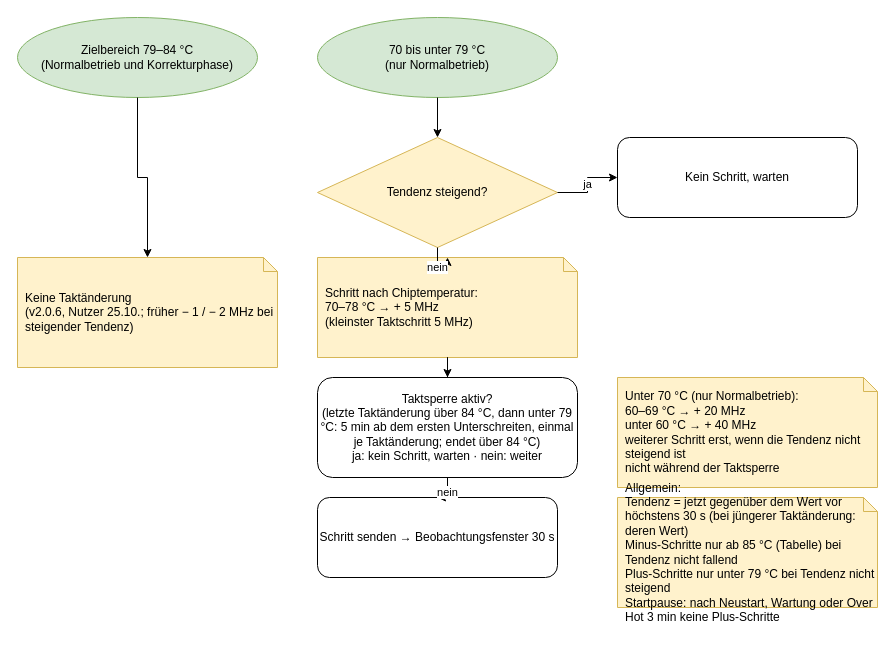
Above: page "3 Feinschritte" (3 of 8) of docs/claude/Regelungslogik-Luefter-Takt.drawio in lieferbaer/miner-sentinel (draw.io), before the change. Source tidied: cells renumbered, new cells numbered last; positions are measured from the earlier drawing's top-left corner, leaving out a move shared by most shapes. Both pictures are drawn from the tidied source at 100%, with x=0, y=0 at pixel (17, 17).
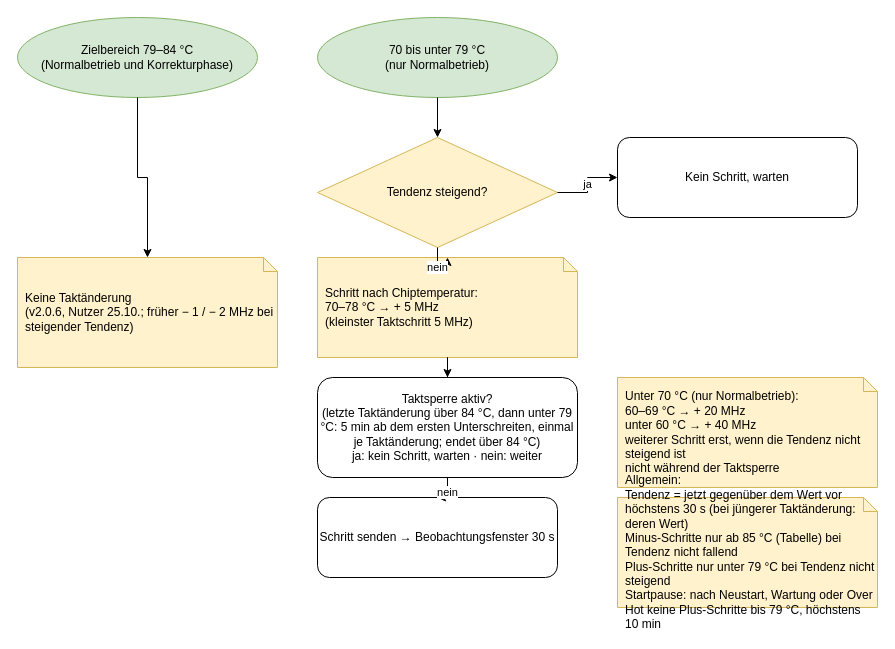
The same diagram, later.

Commit message (it also covers changes not shown here):
v2.0.8: Neustart sauber anzeigen, Startpause bis 79 °C

Diff of the diagram source:
```diff
@@
 <mxGraphModel>
   <root>
     <mxCell id="0" />
     <mxCell id="1" parent="0" />
     <mxCell id="2" value="Zielbereich 79–84 °C&lt;br&gt;(Normalbetrieb und Korrekturphase)" style="ellipse;whiteSpace=wrap;html=1;fillColor=#d5e8d4;strokeColor=#82b366;" parent="1" vertex="1">
       <mxGeometry width="240" height="80" as="geometry" />
     </mxCell>
     <mxCell id="3" value="Keine Taktänderung&lt;br&gt;(v2.0.6, Nutzer 25.10.; früher − 1 / − 2 MHz bei steigender Tendenz)" style="shape=note;whiteSpace=wrap;html=1;size=14;fillColor=#fff2cc;strokeColor=#d6b656;align=left;spacingLeft=6;" parent="1" vertex="1">
       <mxGeometry y="240" width="260" height="110" as="geometry" />
     </mxCell>
     <mxCell id="4" value="70 bis unter 79 °C&lt;br&gt;(nur Normalbetrieb)" style="ellipse;whiteSpace=wrap;html=1;fillColor=#d5e8d4;strokeColor=#82b366;" parent="1" vertex="1">
       <mxGeometry x="300" width="240" height="80" as="geometry" />
     </mxCell>
     <mxCell id="5" value="Tendenz steigend?" style="rhombus;whiteSpace=wrap;html=1;fillColor=#fff2cc;strokeColor=#d6b656;" parent="1" vertex="1">
       <mxGeometry x="300" y="120" width="240" height="110" as="geometry" />
     </mxCell>
     <mxCell id="6" value="Kein Schritt, warten" style="rounded=1;whiteSpace=wrap;html=1;" parent="1" vertex="1">
       <mxGeometry x="600" y="120" width="240" height="80" as="geometry" />
     </mxCell>
     <mxCell id="7" value="Schritt nach Chiptemperatur:&lt;br&gt;70–78 °C → + 5 MHz&lt;br&gt;(kleinster Taktschritt 5 MHz)" style="shape=note;whiteSpace=wrap;html=1;size=14;fillColor=#fff2cc;strokeColor=#d6b656;align=left;spacingLeft=6;" parent="1" vertex="1">
       <mxGeometry x="300" y="240" width="260" height="100" as="geometry" />
     </mxCell>
     <mxCell id="8" value="Taktsperre aktiv?&lt;br&gt;(letzte Taktänderung über 84 °C, dann unter 79 °C: 5 min ab dem ersten Unterschreiten, einmal je Taktänderung; endet über 84 °C)&lt;br&gt;ja: kein Schritt, warten · nein: weiter" style="rounded=1;whiteSpace=wrap;html=1;" parent="1" vertex="1">
       <mxGeometry x="300" y="360" width="260" height="100" as="geometry" />
     </mxCell>
     <mxCell id="9" value="Schritt senden → Beobachtungsfenster 30 s" style="rounded=1;whiteSpace=wrap;html=1;" parent="1" vertex="1">
       <mxGeometry x="300" y="480" width="240" height="80" as="geometry" />
     </mxCell>
     <mxCell id="10" value="Unter 70 °C (nur Normalbetrieb):&lt;br&gt;60–69 °C → + 20 MHz&lt;br&gt;unter 60 °C → + 40 MHz&lt;br&gt;weiterer Schritt erst, wenn die Tendenz nicht steigend ist&lt;br&gt;nicht während der Taktsperre" style="shape=note;whiteSpace=wrap;html=1;size=14;fillColor=#fff2cc;strokeColor=#d6b656;align=left;spacingLeft=6;" parent="1" vertex="1">
       <mxGeometry x="600" y="360" width="260" height="110" as="geometry" />
     </mxCell>
-    <mxCell id="11" value="Allgemein:&lt;br&gt;Tendenz = jetzt gegenüber dem Wert vor höchstens 30 s (bei jüngerer Taktänderung: deren Wert)&lt;br&gt;Minus-Schritte nur ab 85 °C (Tabelle) bei Tendenz nicht fallend&lt;br&gt;Plus-Schritte nur unter 79 °C bei Tendenz nicht steigend&lt;br&gt;Startpause: nach Neustart, Wartung oder Over Hot 3 min keine Plus-Schritte" style="shape=note;whiteSpace=wrap;html=1;size=14;fillColor=#fff2cc;strokeColor=#d6b656;align=left;spacingLeft=6;" parent="1" vertex="1">
+    <mxCell id="11" value="Allgemein:&lt;br&gt;Tendenz = jetzt gegenüber dem Wert vor höchstens 30 s (bei jüngerer Taktänderung: deren Wert)&lt;br&gt;Minus-Schritte nur ab 85 °C (Tabelle) bei Tendenz nicht fallend&lt;br&gt;Plus-Schritte nur unter 79 °C bei Tendenz nicht steigend&lt;br&gt;Startpause: nach Neustart, Wartung oder Over Hot keine Plus-Schritte bis 79 °C, höchstens 10 min" style="shape=note;whiteSpace=wrap;html=1;size=14;fillColor=#fff2cc;strokeColor=#d6b656;align=left;spacingLeft=6;" parent="1" vertex="1">
       <mxGeometry x="600" y="480" width="260" height="110" as="geometry" />
     </mxCell>
     <mxCell id="12" style="edgeStyle=orthogonalEdgeStyle;rounded=0;jettySize=auto;html=1;" parent="1" edge="1" source="2" target="3">
       <mxGeometry relative="1" as="geometry" />
     </mxCell>
     <mxCell id="13" style="edgeStyle=orthogonalEdgeStyle;rounded=0;jettySize=auto;html=1;" parent="1" edge="1" source="4" target="5">
       <mxGeometry relative="1" as="geometry" />
     </mxCell>
     <mxCell id="14" value="ja" style="edgeStyle=orthogonalEdgeStyle;rounded=0;jettySize=auto;html=1;" parent="1" edge="1" source="5" target="6">
       <mxGeometry relative="1" as="geometry" />
     </mxCell>
     <mxCell id="15" value="nein" style="edgeStyle=orthogonalEdgeStyle;rounded=0;jettySize=auto;html=1;" parent="1" edge="1" source="5" target="7">
       <mxGeometry relative="1" as="geometry" />
     </mxCell>
     <mxCell id="16" style="edgeStyle=orthogonalEdgeStyle;rounded=0;jettySize=auto;html=1;" parent="1" edge="1" source="7" target="8">
       <mxGeometry relative="1" as="geometry" />
     </mxCell>
     <mxCell id="17" value="nein" style="edgeStyle=orthogonalEdgeStyle;rounded=0;jettySize=auto;html=1;" parent="1" edge="1" source="8" target="9">
       <mxGeometry relative="1" as="geometry" />
     </mxCell>
   </root>
 </mxGraphModel>
```
